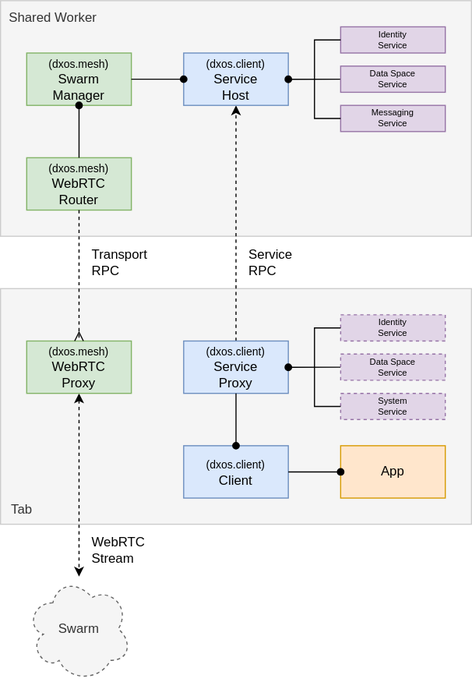
Before: docs/docs/design/diagrams/client-webrtc-router.drawio.svg, a diagram exported from draw.io (dxos/dxos). Source tidied: cells renumbered, new cells last; positions are measured from the earlier drawing's top-left corner, leaving out a move shared by most shapes.
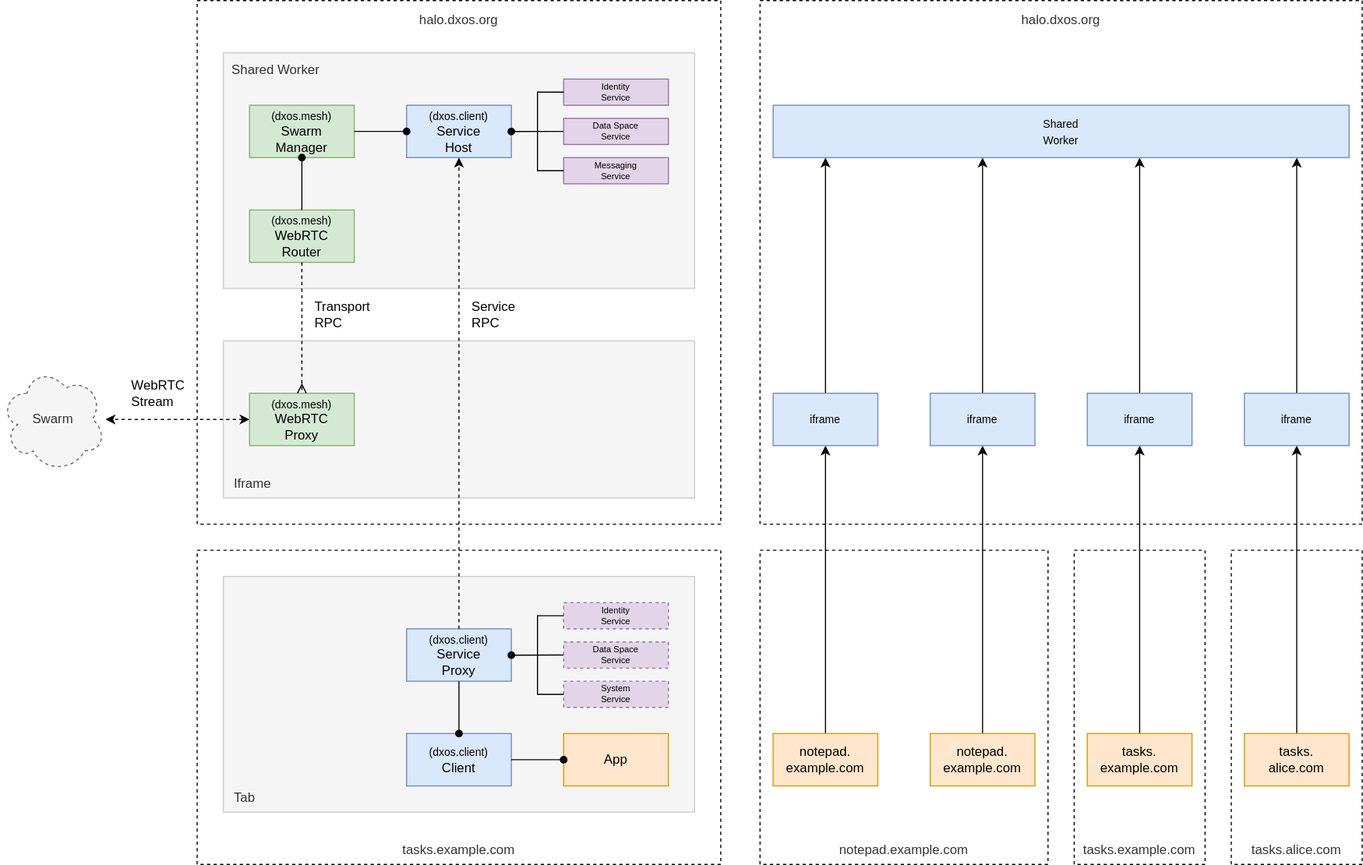
Above is the later version.

Commit message:
docs: Restore client diagram

What changed in the source:
```diff
@@ -2,13 +2,31 @@
   <root>
     <mxCell id="0" />
     <mxCell id="1" parent="0" />
+    <mxCell id="34" value="notepad.example.com" style="rounded=0;whiteSpace=wrap;html=1;fillColor=none;fontColor=#333333;strokeColor=default;verticalAlign=bottom;spacingBottom=4;spacingTop=4;align=center;spacingRight=8;spacingLeft=8;dashed=1;" parent="1" vertex="1">
+      <mxGeometry x="492" y="456" width="264" height="288" as="geometry" />
+    </mxCell>
+    <mxCell id="35" value="tasks.alice.com" style="rounded=0;whiteSpace=wrap;html=1;fillColor=none;fontColor=#333333;strokeColor=default;verticalAlign=bottom;spacingBottom=4;spacingTop=4;align=center;spacingRight=8;spacingLeft=8;dashed=1;" parent="1" vertex="1">
+      <mxGeometry x="924" y="456" width="120" height="288" as="geometry" />
+    </mxCell>
+    <mxCell id="36" value="tasks.example.com" style="rounded=0;whiteSpace=wrap;html=1;fillColor=none;fontColor=#333333;strokeColor=default;verticalAlign=bottom;spacingBottom=4;spacingTop=4;align=center;spacingRight=8;spacingLeft=8;dashed=1;" parent="1" vertex="1">
+      <mxGeometry x="780" y="456" width="120" height="288" as="geometry" />
+    </mxCell>
+    <mxCell id="37" value="halo.dxos.org" style="rounded=0;whiteSpace=wrap;html=1;fillColor=none;fontColor=#333333;strokeColor=default;verticalAlign=top;spacingBottom=4;spacingTop=4;align=center;spacingRight=8;spacingLeft=8;dashed=1;" parent="1" vertex="1">
+      <mxGeometry x="492" y="-48" width="552" height="480" as="geometry" />
+    </mxCell>
+    <mxCell id="38" value="tasks.example.com" style="rounded=0;whiteSpace=wrap;html=1;fillColor=none;fontColor=#333333;strokeColor=default;verticalAlign=bottom;spacingBottom=4;spacingTop=4;align=center;spacingRight=8;spacingLeft=8;dashed=1;" parent="1" vertex="1">
+      <mxGeometry x="-24" y="456" width="480" height="288" as="geometry" />
+    </mxCell>
+    <mxCell id="39" value="halo.dxos.org" style="rounded=0;whiteSpace=wrap;html=1;fillColor=none;fontColor=#333333;strokeColor=default;verticalAlign=top;spacingBottom=4;spacingTop=4;align=center;spacingRight=8;spacingLeft=8;dashed=1;" parent="1" vertex="1">
+      <mxGeometry x="-24" y="-48" width="480" height="480" as="geometry" />
+    </mxCell>
     <mxCell id="2" value="Shared Worker" style="rounded=0;whiteSpace=wrap;html=1;fillColor=#f5f5f5;fontColor=#333333;strokeColor=#CCCCCC;verticalAlign=top;spacingBottom=4;spacingTop=4;align=left;spacing=0;spacingRight=8;spacingLeft=8;" parent="1" vertex="1">
       <mxGeometry width="432" height="216" as="geometry" />
     </mxCell>
-    <mxCell id="3" value="Tab" style="rounded=0;whiteSpace=wrap;html=1;fillColor=#f5f5f5;fontColor=#333333;strokeColor=#CCCCCC;verticalAlign=bottom;spacingBottom=4;spacingTop=4;align=left;spacingRight=8;spacingLeft=8;" parent="1" vertex="1">
-      <mxGeometry y="264" width="432" height="216" as="geometry" />
+    <mxCell id="3" value="Iframe" style="rounded=0;whiteSpace=wrap;html=1;fillColor=#f5f5f5;fontColor=#333333;strokeColor=#CCCCCC;verticalAlign=bottom;spacingBottom=4;spacingTop=4;align=left;spacingRight=8;spacingLeft=8;" parent="1" vertex="1">
+      <mxGeometry y="264" width="432" height="144" as="geometry" />
     </mxCell>
-    <mxCell id="4" style="edgeStyle=none;html=1;startArrow=classic;startFill=1;endArrow=classic;endFill=1;exitX=0.5;exitY=1;exitDx=0;exitDy=0;dashed=1;" parent="1" edge="1" source="5" target="10">
+    <mxCell id="4" style="edgeStyle=none;html=1;startArrow=classic;startFill=1;endArrow=classic;endFill=1;exitX=0;exitY=0.5;exitDx=0;exitDy=0;dashed=1;" parent="1" edge="1" source="5" target="10">
       <mxGeometry relative="1" as="geometry" />
     </mxCell>
     <mxCell id="5" value="&lt;font style=&quot;font-size: 10px&quot;&gt;(dxos.mesh)&lt;br&gt;&lt;/font&gt;WebRTC&lt;br&gt;Proxy" style="rounded=0;whiteSpace=wrap;html=1;fillColor=#d5e8d4;strokeColor=#82b366;" parent="1" vertex="1">
@@ -17,33 +35,15 @@
     <mxCell id="6" value="&lt;font style=&quot;font-size: 10px&quot;&gt;(dxos.mesh)&lt;/font&gt;&lt;br&gt;WebRTC&lt;br&gt;Router" style="rounded=0;whiteSpace=wrap;html=1;fillColor=#d5e8d4;strokeColor=#82b366;" parent="1" vertex="1">
       <mxGeometry x="24" y="144" width="96" height="48" as="geometry" />
     </mxCell>
-    <mxCell id="7" style="edgeStyle=none;html=1;exitX=0.5;exitY=0;exitDx=0;exitDy=0;entryX=0.5;entryY=1;entryDx=0;entryDy=0;startArrow=none;startFill=0;endArrow=classic;endFill=1;dashed=1;" parent="1" edge="1" source="8" target="9">
-      <mxGeometry relative="1" as="geometry" />
-    </mxCell>
-    <mxCell id="8" value="&lt;font style=&quot;font-size: 10px&quot;&gt;(dxos.client)&lt;br&gt;&lt;/font&gt;Service&lt;br&gt;Proxy" style="rounded=0;whiteSpace=wrap;html=1;fillColor=#dae8fc;strokeColor=#6c8ebf;" parent="1" vertex="1">
-      <mxGeometry x="168" y="312" width="96" height="48" as="geometry" />
-    </mxCell>
     <mxCell id="9" value="&lt;font style=&quot;font-size: 10px&quot;&gt;(dxos.client)&lt;/font&gt;&lt;br&gt;Service&lt;br&gt;Host" style="rounded=0;whiteSpace=wrap;html=1;fillColor=#dae8fc;strokeColor=#6c8ebf;" parent="1" vertex="1">
       <mxGeometry x="168" y="48" width="96" height="48" as="geometry" />
     </mxCell>
     <mxCell id="10" value="Swarm" style="ellipse;shape=cloud;whiteSpace=wrap;html=1;dashed=1;fillColor=#f5f5f5;fontColor=#333333;strokeColor=#666666;" parent="1" vertex="1">
-      <mxGeometry x="24" y="528" width="96" height="96" as="geometry" />
+      <mxGeometry x="-204" y="288" width="96" height="96" as="geometry" />
     </mxCell>
     <mxCell id="11" value="WebRTC&lt;br&gt;Stream" style="rounded=0;whiteSpace=wrap;html=1;dashed=1;align=left;spacingLeft=10;strokeColor=none;fillColor=none;" parent="1" vertex="1">
-      <mxGeometry x="72" y="480" width="96" height="48" as="geometry" />
+      <mxGeometry x="-96" y="288" width="96" height="48" as="geometry" />
     </mxCell>
-    <mxCell id="12" value="&lt;font style=&quot;font-size: 10px&quot;&gt;(dxos.client)&lt;br&gt;&lt;/font&gt;Client" style="rounded=0;whiteSpace=wrap;html=1;fillColor=#dae8fc;strokeColor=#6c8ebf;" parent="1" vertex="1">
-      <mxGeometry x="168" y="408" width="96" height="48" as="geometry" />
-    </mxCell>
-    <mxCell id="13" value="App" style="rounded=0;whiteSpace=wrap;html=1;fillColor=#ffe6cc;strokeColor=#d79b00;" parent="1" vertex="1">
-      <mxGeometry x="312" y="408" width="96" height="48" as="geometry" />
-    </mxCell>
-    <mxCell id="14" style="edgeStyle=none;html=1;exitX=0.5;exitY=0;exitDx=0;exitDy=0;startArrow=oval;startFill=1;endArrow=none;endFill=0;" parent="1" edge="1" source="12" target="8">
-      <mxGeometry relative="1" as="geometry" />
-    </mxCell>
-    <mxCell id="15" style="edgeStyle=none;html=1;exitX=0;exitY=0.5;exitDx=0;exitDy=0;startArrow=oval;startFill=1;endArrow=none;endFill=0;" parent="1" edge="1" source="13" target="12">
-      <mxGeometry relative="1" as="geometry" />
-    </mxCell>
     <mxCell id="16" value="Transport&lt;br&gt;RPC" style="rounded=0;whiteSpace=wrap;html=1;dashed=1;align=left;spacingLeft=10;strokeColor=none;fillColor=none;" parent="1" vertex="1">
       <mxGeometry x="72" y="216" width="96" height="48" as="geometry" />
     </mxCell>
@@ -87,8 +87,26 @@
         </Array>
       </mxGeometry>
     </mxCell>
+    <mxCell id="40" value="Tab" style="rounded=0;whiteSpace=wrap;html=1;fillColor=#f5f5f5;fontColor=#333333;strokeColor=#CCCCCC;verticalAlign=bottom;spacingBottom=4;spacingTop=4;align=left;spacingRight=8;spacingLeft=8;" parent="1" vertex="1">
+      <mxGeometry y="480" width="432" height="216" as="geometry" />
+    </mxCell>
+    <mxCell id="8" value="&lt;font style=&quot;font-size: 10px&quot;&gt;(dxos.client)&lt;br&gt;&lt;/font&gt;Service&lt;br&gt;Proxy" style="rounded=0;whiteSpace=wrap;html=1;fillColor=#dae8fc;strokeColor=#6c8ebf;" parent="1" vertex="1">
+      <mxGeometry x="168" y="528" width="96" height="48" as="geometry" />
+    </mxCell>
+    <mxCell id="12" value="&lt;font style=&quot;font-size: 10px&quot;&gt;(dxos.client)&lt;br&gt;&lt;/font&gt;Client" style="rounded=0;whiteSpace=wrap;html=1;fillColor=#dae8fc;strokeColor=#6c8ebf;" parent="1" vertex="1">
+      <mxGeometry x="168" y="624" width="96" height="48" as="geometry" />
+    </mxCell>
+    <mxCell id="13" value="App" style="rounded=0;whiteSpace=wrap;html=1;fillColor=#ffe6cc;strokeColor=#d79b00;" parent="1" vertex="1">
+      <mxGeometry x="312" y="624" width="96" height="48" as="geometry" />
+    </mxCell>
+    <mxCell id="14" style="edgeStyle=none;html=1;exitX=0.5;exitY=0;exitDx=0;exitDy=0;startArrow=oval;startFill=1;endArrow=none;endFill=0;" parent="1" edge="1" source="12" target="8">
+      <mxGeometry relative="1" as="geometry" />
+    </mxCell>
+    <mxCell id="15" style="edgeStyle=none;html=1;exitX=0;exitY=0.5;exitDx=0;exitDy=0;startArrow=oval;startFill=1;endArrow=none;endFill=0;" parent="1" edge="1" source="13" target="12">
+      <mxGeometry relative="1" as="geometry" />
+    </mxCell>
     <mxCell id="28" style="group;" parent="1" vertex="1">
-      <mxGeometry x="264" y="288" width="144" height="96" as="geometry" />
+      <mxGeometry x="264" y="504" width="144" height="96" as="geometry" />
     </mxCell>
     <mxCell id="29" value="Identity&lt;br style=&quot;font-size: 8px&quot;&gt;Service" style="rounded=0;whiteSpace=wrap;html=1;fontSize=8;fillColor=#e1d5e7;strokeColor=#9673a6;dashed=1;" parent="28" vertex="1">
       <mxGeometry x="48" width="96" height="24" as="geometry" />
@@ -112,5 +130,71 @@
         </Array>
       </mxGeometry>
     </mxCell>
+    <mxCell id="7" style="edgeStyle=none;html=1;exitX=0.5;exitY=0;exitDx=0;exitDy=0;entryX=0.5;entryY=1;entryDx=0;entryDy=0;startArrow=none;startFill=0;endArrow=classic;endFill=1;dashed=1;" parent="1" edge="1" source="8" target="9">
+      <mxGeometry relative="1" as="geometry" />
+    </mxCell>
+    <mxCell id="41" style="edgeStyle=none;html=1;exitX=0.5;exitY=0;exitDx=0;exitDy=0;" parent="1" edge="1" source="42" target="44">
+      <mxGeometry relative="1" as="geometry" />
+    </mxCell>
+    <mxCell id="42" value="tasks.&lt;br&gt;example.com" style="rounded=0;whiteSpace=wrap;html=1;fillColor=#ffe6cc;strokeColor=#d79b00;" parent="1" vertex="1">
+      <mxGeometry x="792" y="624" width="96" height="48" as="geometry" />
+    </mxCell>
+    <mxCell id="43" style="edgeStyle=none;rounded=0;html=1;exitX=0.5;exitY=0;exitDx=0;exitDy=0;" parent="1" edge="1" source="44" target="60">
+      <mxGeometry relative="1" as="geometry" />
+    </mxCell>
+    <mxCell id="44" value="&lt;span style=&quot;font-size: 10px&quot;&gt;iframe&lt;/span&gt;" style="rounded=0;whiteSpace=wrap;html=1;fillColor=#dae8fc;strokeColor=#6c8ebf;strokeWidth=1;" parent="1" vertex="1">
+      <mxGeometry x="792" y="312" width="96" height="48" as="geometry" />
+    </mxCell>
+    <mxCell id="45" value="&lt;span style=&quot;font-size: 10px&quot;&gt;Shared&lt;br&gt;Worker&lt;br&gt;&lt;/span&gt;" style="rounded=0;whiteSpace=wrap;html=1;fillColor=#dae8fc;strokeColor=#6c8ebf;" parent="1" vertex="1">
+      <mxGeometry x="504" y="48" width="528" height="48" as="geometry" />
+    </mxCell>
+    <mxCell id="46" style="edgeStyle=none;html=1;exitX=0.5;exitY=0;exitDx=0;exitDy=0;entryX=0.5;entryY=1;entryDx=0;entryDy=0;" parent="1" edge="1" source="47" target="49">
+      <mxGeometry relative="1" as="geometry" />
+    </mxCell>
+    <mxCell id="47" value="tasks.&lt;br&gt;alice.com" style="rounded=0;whiteSpace=wrap;html=1;fillColor=#ffe6cc;strokeColor=#d79b00;" parent="1" vertex="1">
+      <mxGeometry x="936" y="624" width="96" height="48" as="geometry" />
+    </mxCell>
+    <mxCell id="48" style="edgeStyle=none;rounded=0;html=1;exitX=0.5;exitY=0;exitDx=0;exitDy=0;" parent="1" edge="1" source="49" target="61">
+      <mxGeometry relative="1" as="geometry" />
+    </mxCell>
+    <mxCell id="49" value="&lt;span style=&quot;font-size: 10px&quot;&gt;iframe&lt;/span&gt;" style="rounded=0;whiteSpace=wrap;html=1;fillColor=#dae8fc;strokeColor=#6c8ebf;" parent="1" vertex="1">
+      <mxGeometry x="936" y="312" width="96" height="48" as="geometry" />
+    </mxCell>
+    <mxCell id="50" style="edgeStyle=none;html=1;exitX=0.5;exitY=0;exitDx=0;exitDy=0;" parent="1" edge="1" source="51" target="53">
+      <mxGeometry relative="1" as="geometry" />
+    </mxCell>
+    <mxCell id="51" value="notepad.&lt;br&gt;example.com" style="rounded=0;whiteSpace=wrap;html=1;fillColor=#ffe6cc;strokeColor=#d79b00;" parent="1" vertex="1">
+      <mxGeometry x="648" y="624" width="96" height="48" as="geometry" />
+    </mxCell>
+    <mxCell id="52" style="edgeStyle=none;rounded=0;html=1;exitX=0.5;exitY=0;exitDx=0;exitDy=0;" parent="1" edge="1" source="53" target="59">
+      <mxGeometry relative="1" as="geometry" />
+    </mxCell>
+    <mxCell id="53" value="&lt;span style=&quot;font-size: 10px&quot;&gt;iframe&lt;/span&gt;" style="rounded=0;whiteSpace=wrap;html=1;fillColor=#dae8fc;strokeColor=#6c8ebf;" parent="1" vertex="1">
+      <mxGeometry x="648" y="312" width="96" height="48" as="geometry" />
+    </mxCell>
+    <mxCell id="54" style="edgeStyle=none;html=1;exitX=0.5;exitY=0;exitDx=0;exitDy=0;entryX=0.5;entryY=1;entryDx=0;entryDy=0;" parent="1" edge="1" source="55" target="57">
+      <mxGeometry relative="1" as="geometry" />
+    </mxCell>
+    <mxCell id="55" value="notepad.&lt;br&gt;example.com" style="rounded=0;whiteSpace=wrap;html=1;fillColor=#ffe6cc;strokeColor=#d79b00;" parent="1" vertex="1">
+      <mxGeometry x="504" y="624" width="96" height="48" as="geometry" />
+    </mxCell>
+    <mxCell id="56" style="html=1;exitX=0.5;exitY=0;exitDx=0;exitDy=0;" parent="1" edge="1" source="57" target="58">
+      <mxGeometry relative="1" as="geometry" />
+    </mxCell>
+    <mxCell id="57" value="&lt;span style=&quot;font-size: 10px&quot;&gt;iframe&lt;/span&gt;" style="rounded=0;whiteSpace=wrap;html=1;fillColor=#dae8fc;strokeColor=#6c8ebf;" parent="1" vertex="1">
+      <mxGeometry x="504" y="312" width="96" height="48" as="geometry" />
+    </mxCell>
+    <mxCell id="58" style="rounded=0;whiteSpace=wrap;html=1;dashed=1;strokeColor=none;strokeWidth=4;fillColor=none;" parent="1" vertex="1">
+      <mxGeometry x="504" y="48" width="96" height="48" as="geometry" />
+    </mxCell>
+    <mxCell id="59" style="rounded=0;whiteSpace=wrap;html=1;dashed=1;strokeColor=none;strokeWidth=4;fillColor=none;" parent="1" vertex="1">
+      <mxGeometry x="648" y="48" width="96" height="48" as="geometry" />
+    </mxCell>
+    <mxCell id="60" style="rounded=0;whiteSpace=wrap;html=1;dashed=1;strokeColor=none;strokeWidth=4;fillColor=none;" parent="1" vertex="1">
+      <mxGeometry x="792" y="48" width="96" height="48" as="geometry" />
+    </mxCell>
+    <mxCell id="61" style="rounded=0;whiteSpace=wrap;html=1;dashed=1;strokeColor=none;strokeWidth=4;fillColor=none;" parent="1" vertex="1">
+      <mxGeometry x="936" y="48" width="96" height="48" as="geometry" />
+    </mxCell>
   </root>
 </mxGraphModel>
```
